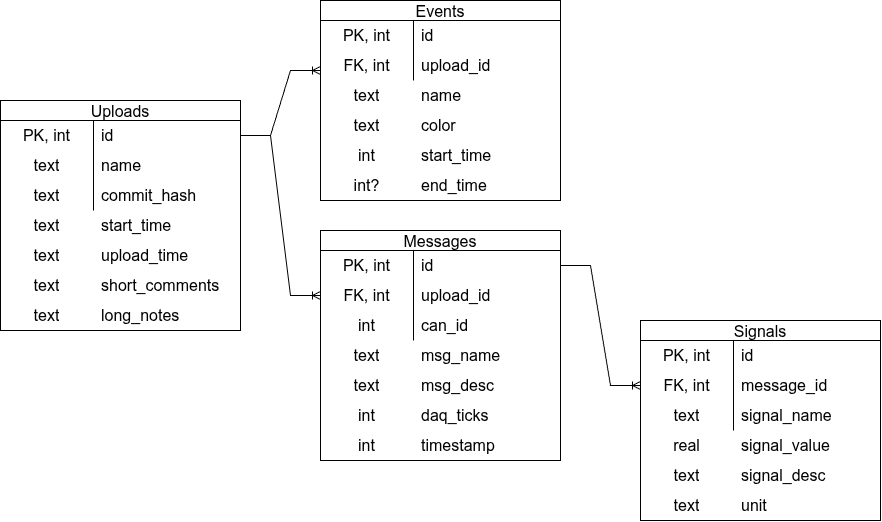
Earlier version of the draw.io export daq/daqcloud/daqcloud_tables.drawio.png (PurdueElectricRacing/firmware). Source tidied: cells renumbered, new cells last; positions are measured from the earlier drawing's top-left corner, leaving out a move shared by most shapes.
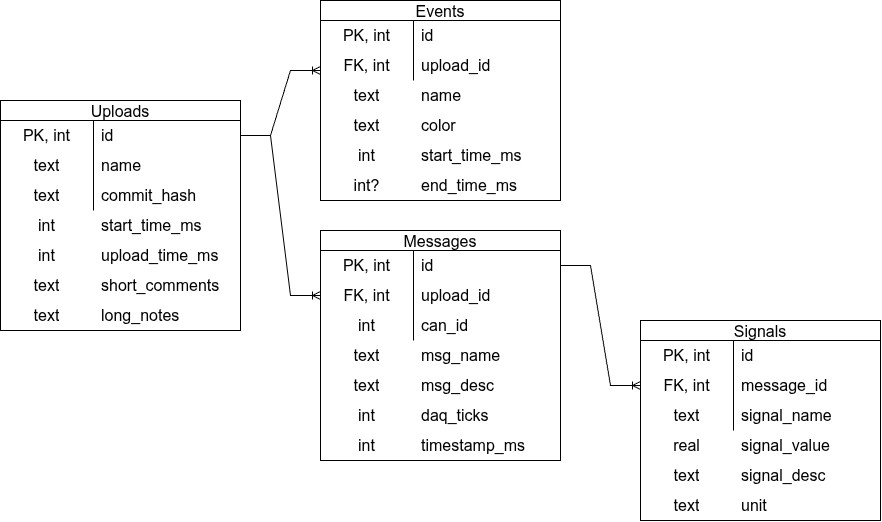
The same diagram one commit later.

The edit, as a diff of the source:
```diff
@@ -32,16 +32,16 @@
     <mxCell id="11" value="commit_hash" style="shape=partialRectangle;html=1;whiteSpace=wrap;fillColor=none;top=0;left=0;bottom=0;right=0;align=left;spacingLeft=6;overflow=hidden;strokeColor=inherit;fontSize=16;" parent="9" vertex="1">
       <mxGeometry x="93" width="147" height="30" as="geometry" />
     </mxCell>
-    <mxCell id="12" value="text" style="shape=partialRectangle;html=1;whiteSpace=wrap;fillColor=none;top=0;left=0;bottom=0;right=0;overflow=hidden;strokeColor=inherit;fontSize=16;" parent="1" vertex="1">
+    <mxCell id="12" value="int" style="shape=partialRectangle;html=1;whiteSpace=wrap;fillColor=none;top=0;left=0;bottom=0;right=0;overflow=hidden;strokeColor=inherit;fontSize=16;" parent="1" vertex="1">
       <mxGeometry y="210" width="93" height="30" as="geometry" />
     </mxCell>
-    <mxCell id="13" value="start_time" style="shape=partialRectangle;html=1;whiteSpace=wrap;fillColor=none;top=0;left=0;bottom=0;right=0;align=left;spacingLeft=6;overflow=hidden;strokeColor=inherit;fontSize=16;" parent="1" vertex="1">
+    <mxCell id="13" value="start_time_ms" style="shape=partialRectangle;html=1;whiteSpace=wrap;fillColor=none;top=0;left=0;bottom=0;right=0;align=left;spacingLeft=6;overflow=hidden;strokeColor=inherit;fontSize=16;" parent="1" vertex="1">
       <mxGeometry x="93" y="210" width="147" height="30" as="geometry" />
     </mxCell>
-    <mxCell id="14" value="text" style="shape=partialRectangle;html=1;whiteSpace=wrap;fillColor=none;top=0;left=0;bottom=0;right=0;overflow=hidden;strokeColor=inherit;fontSize=16;" parent="1" vertex="1">
+    <mxCell id="14" value="int" style="shape=partialRectangle;html=1;whiteSpace=wrap;fillColor=none;top=0;left=0;bottom=0;right=0;overflow=hidden;strokeColor=inherit;fontSize=16;" parent="1" vertex="1">
       <mxGeometry y="240" width="93" height="30" as="geometry" />
     </mxCell>
-    <mxCell id="15" value="upload_time" style="shape=partialRectangle;html=1;whiteSpace=wrap;fillColor=none;top=0;left=0;bottom=0;right=0;align=left;spacingLeft=6;overflow=hidden;strokeColor=inherit;fontSize=16;" parent="1" vertex="1">
+    <mxCell id="15" value="upload_time_ms" style="shape=partialRectangle;html=1;whiteSpace=wrap;fillColor=none;top=0;left=0;bottom=0;right=0;align=left;spacingLeft=6;overflow=hidden;strokeColor=inherit;fontSize=16;" parent="1" vertex="1">
       <mxGeometry x="93" y="240" width="147" height="30" as="geometry" />
     </mxCell>
     <mxCell id="16" style="edgeStyle=entityRelationEdgeStyle;fontSize=12;html=1;endArrow=ERoneToMany;rounded=0;entryX=0;entryY=0.5;entryDx=0;entryDy=0;exitX=1;exitY=0.5;exitDx=0;exitDy=0;" parent="1" edge="1" source="3">
@@ -88,7 +88,7 @@
     <mxCell id="29" value="int" style="shape=partialRectangle;html=1;whiteSpace=wrap;fillColor=none;top=0;left=0;bottom=0;right=0;overflow=hidden;strokeColor=inherit;fontSize=16;" parent="1" vertex="1">
       <mxGeometry x="320" y="430" width="93" height="30" as="geometry" />
     </mxCell>
-    <mxCell id="30" value="timestamp" style="shape=partialRectangle;html=1;whiteSpace=wrap;fillColor=none;top=0;left=0;bottom=0;right=0;align=left;spacingLeft=6;overflow=hidden;strokeColor=inherit;fontSize=16;" parent="1" vertex="1">
+    <mxCell id="30" value="timestamp_ms" style="shape=partialRectangle;html=1;whiteSpace=wrap;fillColor=none;top=0;left=0;bottom=0;right=0;align=left;spacingLeft=6;overflow=hidden;strokeColor=inherit;fontSize=16;" parent="1" vertex="1">
       <mxGeometry x="413" y="430" width="147" height="30" as="geometry" />
     </mxCell>
     <mxCell id="31" value="text" style="shape=partialRectangle;html=1;whiteSpace=wrap;fillColor=none;top=0;left=0;bottom=0;right=0;overflow=hidden;strokeColor=inherit;fontSize=16;" parent="1" vertex="1">
@@ -195,13 +195,13 @@
     <mxCell id="64" value="int" style="shape=partialRectangle;html=1;whiteSpace=wrap;fillColor=none;top=0;left=0;bottom=0;right=0;overflow=hidden;strokeColor=inherit;fontSize=16;" parent="1" vertex="1">
       <mxGeometry x="320" y="140" width="93" height="30" as="geometry" />
     </mxCell>
-    <mxCell id="65" value="start_time" style="shape=partialRectangle;html=1;whiteSpace=wrap;fillColor=none;top=0;left=0;bottom=0;right=0;align=left;spacingLeft=6;overflow=hidden;strokeColor=inherit;fontSize=16;" parent="1" vertex="1">
+    <mxCell id="65" value="start_time_ms" style="shape=partialRectangle;html=1;whiteSpace=wrap;fillColor=none;top=0;left=0;bottom=0;right=0;align=left;spacingLeft=6;overflow=hidden;strokeColor=inherit;fontSize=16;" parent="1" vertex="1">
       <mxGeometry x="413" y="140" width="147" height="30" as="geometry" />
     </mxCell>
     <mxCell id="66" value="int?" style="shape=partialRectangle;html=1;whiteSpace=wrap;fillColor=none;top=0;left=0;bottom=0;right=0;overflow=hidden;strokeColor=inherit;fontSize=16;" parent="1" vertex="1">
       <mxGeometry x="320" y="170" width="93" height="30" as="geometry" />
     </mxCell>
-    <mxCell id="67" value="end_time" style="shape=partialRectangle;html=1;whiteSpace=wrap;fillColor=none;top=0;left=0;bottom=0;right=0;align=left;spacingLeft=6;overflow=hidden;strokeColor=inherit;fontSize=16;" parent="1" vertex="1">
+    <mxCell id="67" value="end_time_ms" style="shape=partialRectangle;html=1;whiteSpace=wrap;fillColor=none;top=0;left=0;bottom=0;right=0;align=left;spacingLeft=6;overflow=hidden;strokeColor=inherit;fontSize=16;" parent="1" vertex="1">
       <mxGeometry x="413" y="170" width="147" height="30" as="geometry" />
     </mxCell>
     <mxCell id="68" style="shape=tableRow;horizontal=0;startSize=0;swimlaneHead=0;swimlaneBody=0;top=0;left=0;bottom=0;right=0;fillColor=none;strokeColor=inherit;fontSize=16;" parent="1" vertex="1">
```
